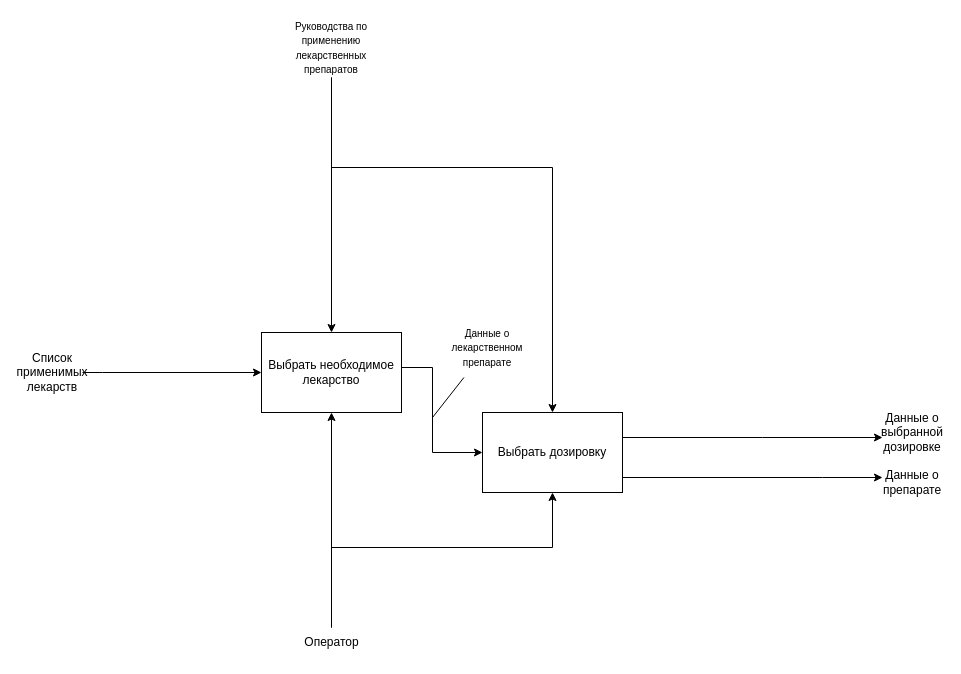
Before: coursework/diagrams/IDEF2_2.drawio in ThomasCharester/KursuchShop, a draw.io diagram. Source tidied: cells renumbered, new cells numbered last; positions are measured from the earlier drawing's top-left corner, leaving out a move shared by most shapes. Both pictures are drawn from the tidied source at 100%, with x=0, y=0 at pixel (22, 17).
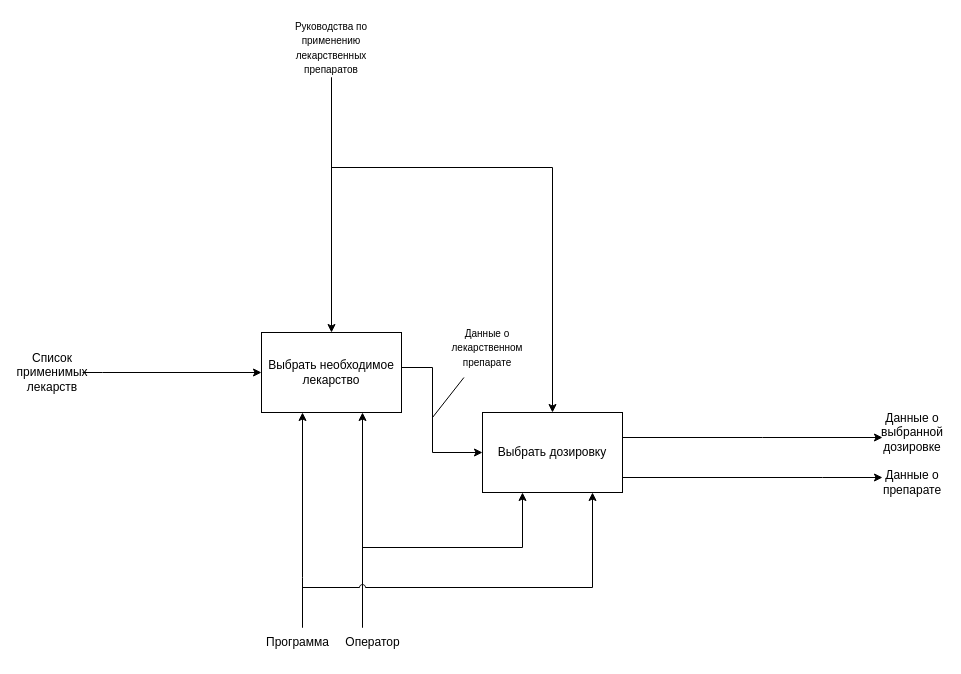
After the change.

Unchanged cells that the change refers to:
```xml
<mxCell id="7" value="Выбрать необходимое лекарство" style="rounded=0;whiteSpace=wrap;html=1;" parent="1" vertex="1">
  <mxGeometry x="239" y="315" width="140" height="80" as="geometry" />
</mxCell>
<mxCell id="13" value="Выбрать дозировку" style="rounded=0;whiteSpace=wrap;html=1;" parent="1" vertex="1">
  <mxGeometry x="460" y="395" width="140" height="80" as="geometry" />
</mxCell>
```

Diff of the diagram source:
```diff
@@
-    <mxCell id="10" style="edgeStyle=orthogonalEdgeStyle;rounded=0;jettySize=auto;html=1;" parent="1" edge="1" source="12" target="7">
+    <mxCell id="10" style="edgeStyle=orthogonalEdgeStyle;rounded=0;jettySize=auto;html=1;jumpStyle=arc;" parent="1" edge="1" source="12" target="7">
       <mxGeometry relative="1" as="geometry">
         <Array as="points">
-          <mxPoint x="320" y="625" />
+          <mxPoint x="340" y="560" />
+          <mxPoint x="340" y="560" />
         </Array>
       </mxGeometry>
     </mxCell>
-    <mxCell id="11" style="edgeStyle=orthogonalEdgeStyle;rounded=0;jettySize=auto;html=1;" parent="1" edge="1" source="12" target="13">
+    <mxCell id="11" style="edgeStyle=orthogonalEdgeStyle;rounded=0;jettySize=auto;html=1;jumpStyle=arc;" parent="1" edge="1" source="12" target="13">
       <mxGeometry relative="1" as="geometry">
         <Array as="points">
-          <mxPoint x="309" y="530" />
-          <mxPoint x="530" y="530" />
+          <mxPoint x="340" y="530" />
+          <mxPoint x="500" y="530" />
         </Array>
       </mxGeometry>
     </mxCell>
     <mxCell id="12" value="Оператор" style="text;html=1;align=center;verticalAlign=middle;points=[];strokeColor=none;fillColor=none;" parent="1" vertex="1">
-      <mxGeometry x="269" y="610" width="80" height="30" as="geometry" />
+      <mxGeometry x="310" y="610" width="80" height="30" as="geometry" />
     </mxCell>
@@
+    <mxCell id="19" style="edgeStyle=orthogonalEdgeStyle;rounded=0;jettySize=auto;html=1;" parent="1" edge="1" source="21" target="7">
+      <mxGeometry relative="1" as="geometry">
+        <Array as="points">
+          <mxPoint x="280" y="560" />
+          <mxPoint x="280" y="560" />
+        </Array>
+      </mxGeometry>
+    </mxCell>
+    <mxCell id="20" style="edgeStyle=orthogonalEdgeStyle;rounded=0;jettySize=auto;html=1;jumpStyle=arc;" parent="1" edge="1" source="21" target="13">
+      <mxGeometry relative="1" as="geometry">
+        <Array as="points">
+          <mxPoint x="280" y="570" />
+          <mxPoint x="570" y="570" />
+        </Array>
+      </mxGeometry>
+    </mxCell>
+    <mxCell id="21" value="Программа" style="text;html=1;align=center;verticalAlign=middle;points=[];strokeColor=none;fillColor=none;" parent="1" vertex="1">
+      <mxGeometry x="230" y="610" width="90" height="30" as="geometry" />
+    </mxCell>
```
